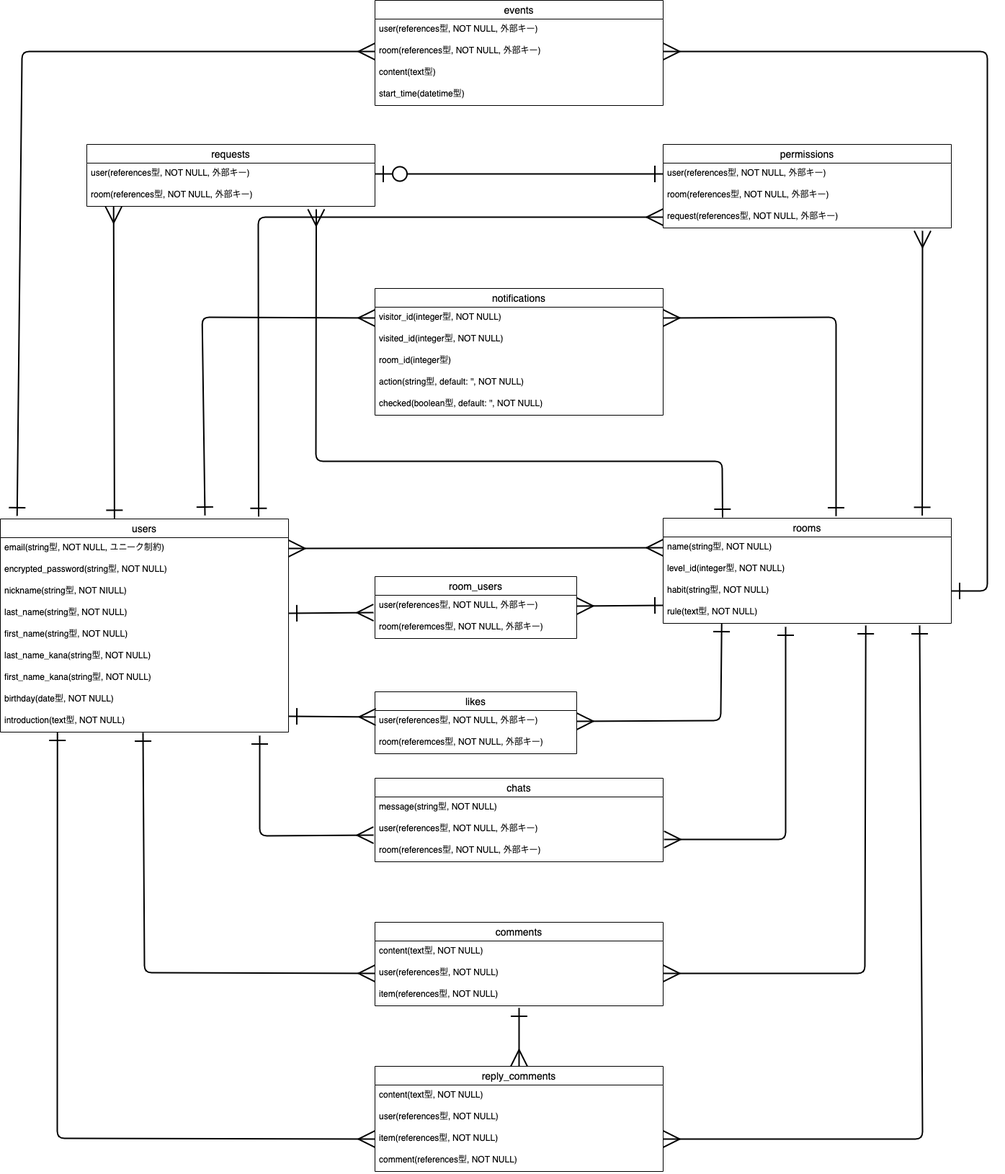
The draw.io diagram esco.png in mocchio/esco, before a commit. Source tidied: cells renumbered, new cells last; positions are measured from the earlier drawing's top-left corner, leaving out a move shared by most shapes.
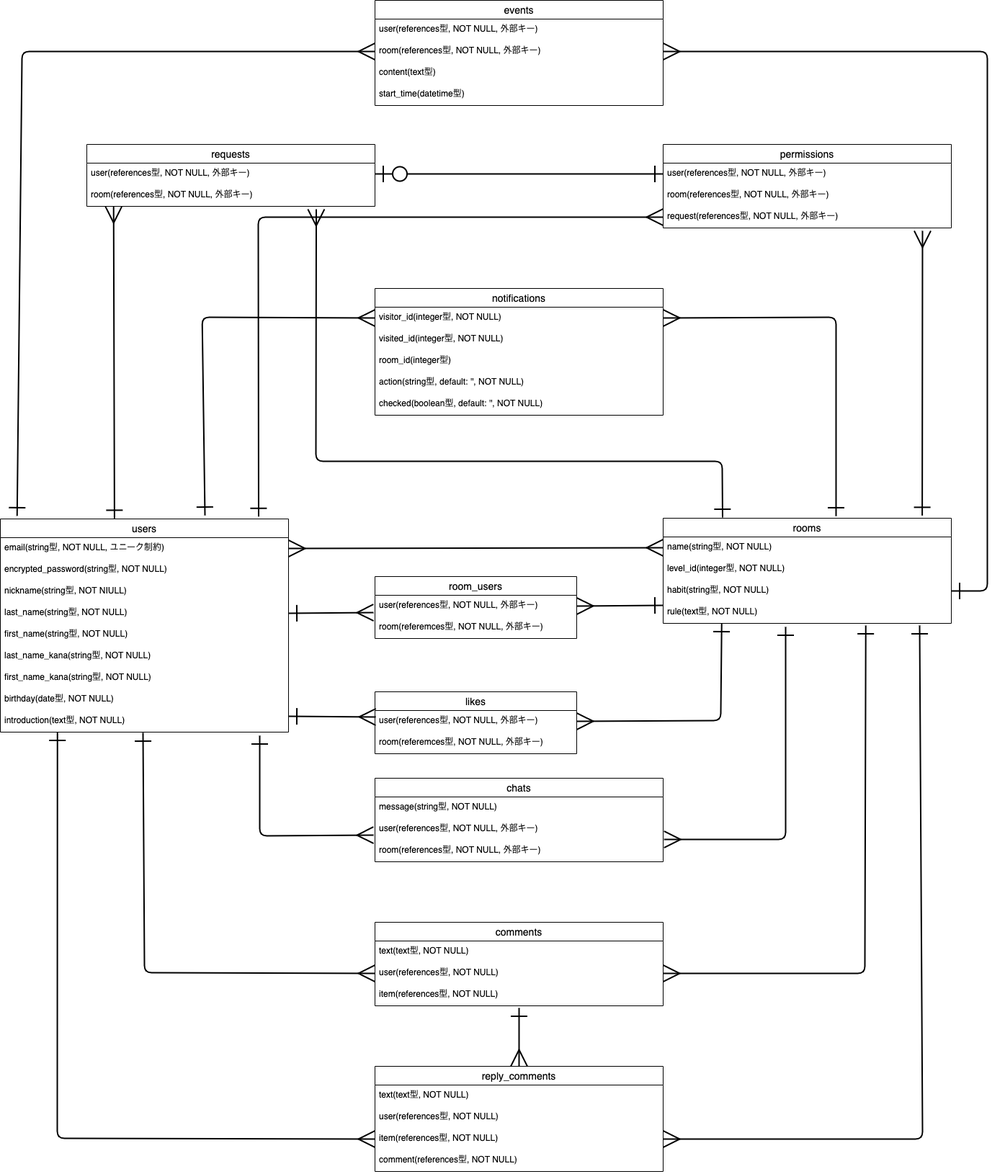
The same diagram one commit later.

Commit message:
画面遷移図、ER図編集

Change to the diagram source:
```diff
@@ -129,7 +129,7 @@
     <mxCell id="37" value="comments" style="swimlane;fontStyle=0;horizontal=1;startSize=26;align=center;fontSize=14;" parent="1" vertex="1">
       <mxGeometry x="520" y="1280" width="400" height="116" as="geometry" />
     </mxCell>
-    <mxCell id="38" value="content(text型, NOT NULL)" style="text;strokeColor=none;fillColor=none;spacingLeft=4;spacingRight=4;overflow=hidden;fontSize=12;" parent="37" vertex="1">
+    <mxCell id="38" value="text(text型, NOT NULL)" style="text;strokeColor=none;fillColor=none;spacingLeft=4;spacingRight=4;overflow=hidden;fontSize=12;" parent="37" vertex="1">
       <mxGeometry y="26" width="400" height="30" as="geometry" />
     </mxCell>
     <mxCell id="39" value="user(references型, NOT NULL)" style="text;strokeColor=none;fillColor=none;spacingLeft=4;spacingRight=4;overflow=hidden;points=[[0,0.5],[1,0.5]];portConstraint=eastwest;fontSize=12;" parent="37" vertex="1">
@@ -144,7 +144,7 @@
     <mxCell id="42" value="reply_comments" style="swimlane;fontStyle=0;horizontal=1;startSize=26;align=center;fontSize=14;" parent="1" vertex="1">
       <mxGeometry x="520" y="1480" width="400" height="146" as="geometry" />
     </mxCell>
-    <mxCell id="43" value="content(text型, NOT NULL)" style="text;strokeColor=none;fillColor=none;spacingLeft=4;spacingRight=4;overflow=hidden;fontSize=12;" parent="42" vertex="1">
+    <mxCell id="43" value="text(text型, NOT NULL)" style="text;strokeColor=none;fillColor=none;spacingLeft=4;spacingRight=4;overflow=hidden;fontSize=12;" parent="42" vertex="1">
       <mxGeometry y="26" width="400" height="30" as="geometry" />
     </mxCell>
     <mxCell id="44" value="user(references型, NOT NULL)" style="text;strokeColor=none;fillColor=none;spacingLeft=4;spacingRight=4;overflow=hidden;fontSize=12;" parent="42" vertex="1">
```
